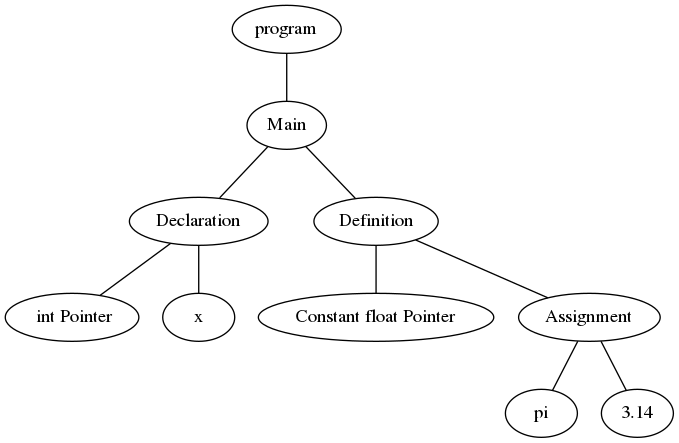
Before: AST.png, a diagram exported from Graphviz (Danh95/Project-Compilers). Its source is kept beside it as AST.dot.
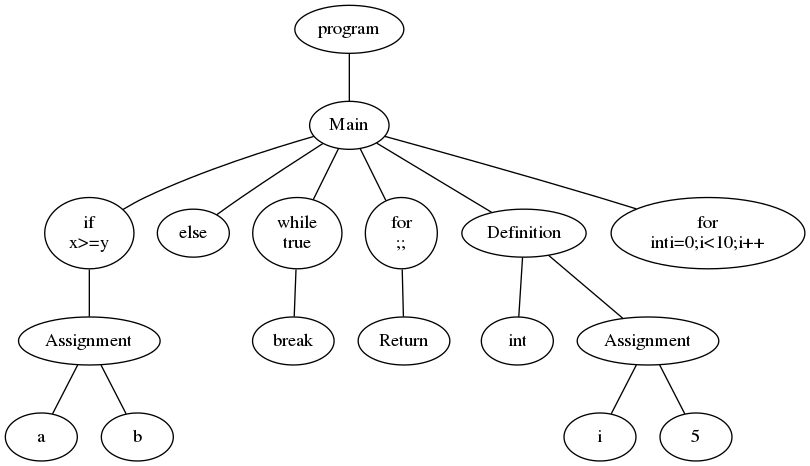
After the change.

Diff of the diagram source:
```diff
@@ -4,19 +4,25 @@
 0 -- 1;
 2[label="Declaration"];
 1 -- 2;
-3[label=" int Pointer"];
+3[label=" int "];
 2 -- 3;
 4[label="x"];
 2 -- 4;
-5[label="Definition"];
+5[label="Assignment"];
 1 -- 5;
-6[label="Constant float Pointer"];
+6[label="x"];
 5 -- 6;
-7[label="Assignment"];
+7[label="5"];
 5 -- 7;
-8[label="pi"];
-7 -- 8;
-9[label="3.14"];
-7 -- 9;
+8[label="Definition"];
+1 -- 8;
+9[label=" int "];
+8 -- 9;
+10[label="Assignment"];
+8 -- 10;
+11[label="c"];
+10 -- 11;
+12[label="95"];
+10 -- 12;
 
 }
```
